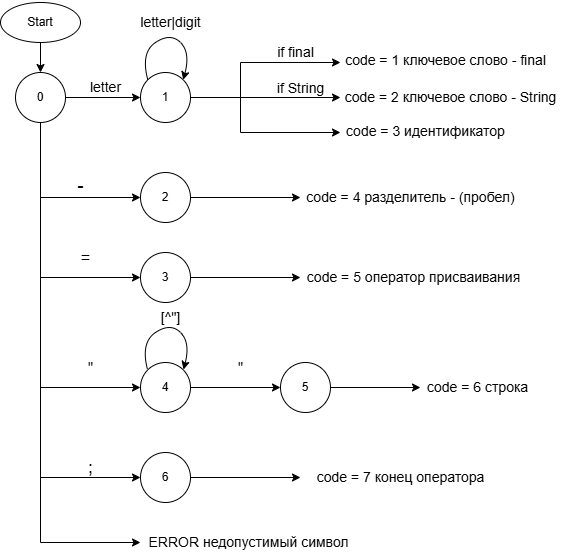
Earlier version of the draw.io export Диаграмма.drawio.png (Vikoops/NewCompiler). Source tidied: cells renumbered, new cells last; positions are measured from the earlier drawing's top-left corner, leaving out a move shared by most shapes.
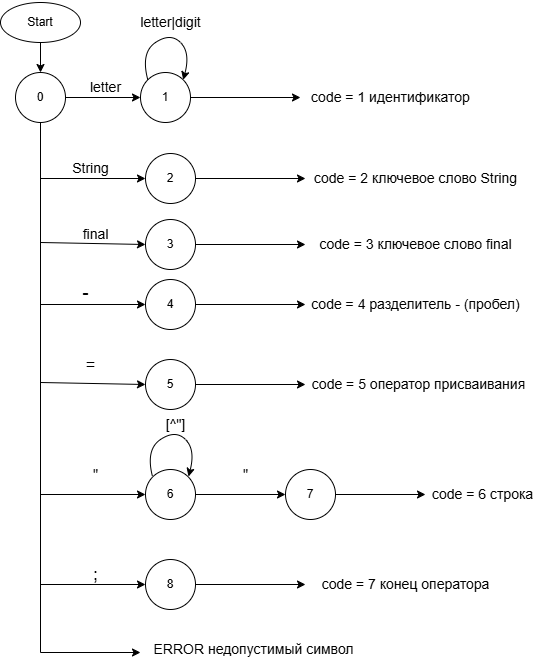
The same file after the commit.

Diff of the diagram source:
```diff
@@ -3,13 +3,13 @@
     <mxCell id="0" />
     <mxCell id="1" parent="0" />
     <mxCell id="2" style="ellipse;whiteSpace=wrap;html=1;" parent="1" vertex="1">
-      <mxGeometry y="2" width="80" height="40" as="geometry" />
+      <mxGeometry x="-5" y="-105" width="80" height="40" as="geometry" />
     </mxCell>
     <mxCell id="3" style="ellipse;whiteSpace=wrap;html=1;" parent="1" vertex="1">
-      <mxGeometry x="15" y="72" width="50" height="50" as="geometry" />
+      <mxGeometry x="10" y="-35" width="50" height="50" as="geometry" />
     </mxCell>
     <mxCell id="4" value="1" style="ellipse;whiteSpace=wrap;html=1;" parent="1" vertex="1">
-      <mxGeometry x="140" y="72" width="50" height="50" as="geometry" />
+      <mxGeometry x="135" y="-35" width="50" height="50" as="geometry" />
     </mxCell>
     <mxCell id="5" style="endArrow=classic;html=1;rounded=0;exitX=0.5;exitY=1;exitDx=0;exitDy=0;" parent="1" edge="1" source="2" target="3">
       <mxGeometry relative="1" as="geometry" />
@@ -20,21 +20,21 @@
     <mxCell id="7" style="endArrow=classic;html=1;rounded=0;exitX=0.5;exitY=1;exitDx=0;exitDy=0;entryX=0;entryY=0.5;entryDx=0;entryDy=0;" parent="1" edge="1" source="3" target="15">
       <mxGeometry relative="1" as="geometry">
         <Array as="points">
-          <mxPoint x="40" y="197" />
+          <mxPoint x="35" y="197" />
         </Array>
       </mxGeometry>
     </mxCell>
     <mxCell id="8" style="endArrow=classic;html=1;rounded=0;exitX=0.5;exitY=1;exitDx=0;exitDy=0;entryX=0;entryY=0.5;entryDx=0;entryDy=0;" parent="1" edge="1" source="3" target="16">
       <mxGeometry relative="1" as="geometry">
         <Array as="points">
-          <mxPoint x="40" y="277" />
+          <mxPoint x="35" y="275" />
         </Array>
       </mxGeometry>
     </mxCell>
     <mxCell id="9" style="endArrow=classic;html=1;rounded=0;entryX=0;entryY=0.5;entryDx=0;entryDy=0;exitX=0.5;exitY=1;exitDx=0;exitDy=0;" parent="1" edge="1" source="3" target="17">
       <mxGeometry relative="1" as="geometry">
         <Array as="points">
-          <mxPoint x="40" y="387" />
+          <mxPoint x="35" y="387" />
         </Array>
       </mxGeometry>
     </mxCell>
@@ -46,68 +46,50 @@
     <mxCell id="11" style="endArrow=classic;html=1;rounded=0;entryX=0;entryY=0.5;entryDx=0;entryDy=0;exitX=0.5;exitY=1;exitDx=0;exitDy=0;" parent="1" edge="1" source="3" target="19">
       <mxGeometry relative="1" as="geometry">
         <Array as="points">
-          <mxPoint x="40" y="477" />
+          <mxPoint x="35" y="477" />
         </Array>
       </mxGeometry>
     </mxCell>
     <mxCell id="12" style="endArrow=classic;html=1;rounded=0;exitX=0.5;exitY=1;exitDx=0;exitDy=0;" parent="1" edge="1" source="3">
       <mxGeometry relative="1" as="geometry">
-        <mxPoint x="140" y="542" as="targetPoint" />
+        <mxPoint x="135" y="545" as="targetPoint" />
         <Array as="points">
-          <mxPoint x="40" y="542" />
+          <mxPoint x="35" y="545" />
         </Array>
       </mxGeometry>
     </mxCell>
     <mxCell id="13" value="Start" style="text;html=1;align=center;verticalAlign=middle;whiteSpace=wrap;rounded=0;" parent="1" vertex="1">
-      <mxGeometry y="-0.5" width="80" height="45" as="geometry" />
+      <mxGeometry x="-5" y="-107.5" width="80" height="45" as="geometry" />
     </mxCell>
     <mxCell id="14" value="0" style="text;html=1;align=center;verticalAlign=middle;whiteSpace=wrap;rounded=0;" parent="1" vertex="1">
-      <mxGeometry x="10" y="82" width="60" height="30" as="geometry" />
+      <mxGeometry x="5" y="-25" width="60" height="30" as="geometry" />
     </mxCell>
-    <mxCell id="15" value="2" style="ellipse;whiteSpace=wrap;html=1;" parent="1" vertex="1">
+    <mxCell id="15" value="4" style="ellipse;whiteSpace=wrap;html=1;" parent="1" vertex="1">
       <mxGeometry x="140" y="172" width="50" height="50" as="geometry" />
     </mxCell>
-    <mxCell id="16" value="3" style="ellipse;whiteSpace=wrap;html=1;" parent="1" vertex="1">
+    <mxCell id="16" value="5" style="ellipse;whiteSpace=wrap;html=1;" parent="1" vertex="1">
       <mxGeometry x="140" y="252" width="50" height="50" as="geometry" />
     </mxCell>
-    <mxCell id="17" value="4" style="ellipse;whiteSpace=wrap;html=1;" parent="1" vertex="1">
+    <mxCell id="17" value="6" style="ellipse;whiteSpace=wrap;html=1;" parent="1" vertex="1">
       <mxGeometry x="140" y="362" width="50" height="50" as="geometry" />
     </mxCell>
-    <mxCell id="18" value="5" style="ellipse;whiteSpace=wrap;html=1;" parent="1" vertex="1">
+    <mxCell id="18" value="7" style="ellipse;whiteSpace=wrap;html=1;" parent="1" vertex="1">
       <mxGeometry x="280" y="362" width="50" height="50" as="geometry" />
     </mxCell>
-    <mxCell id="19" value="6" style="ellipse;whiteSpace=wrap;html=1;" parent="1" vertex="1">
+    <mxCell id="19" value="8" style="ellipse;whiteSpace=wrap;html=1;" parent="1" vertex="1">
       <mxGeometry x="140" y="452" width="50" height="50" as="geometry" />
     </mxCell>
     <mxCell id="20" style="endArrow=classic;html=1;rounded=0;exitX=1;exitY=0.5;exitDx=0;exitDy=0;" parent="1" edge="1" source="4">
       <mxGeometry relative="1" as="geometry">
-        <mxPoint x="340" y="97" as="targetPoint" />
+        <mxPoint x="295" y="-10" as="targetPoint" />
       </mxGeometry>
     </mxCell>
-    <mxCell id="21" style="endArrow=classic;html=1;rounded=0;exitX=1;exitY=0.5;exitDx=0;exitDy=0;" parent="1" edge="1" source="4">
-      <mxGeometry relative="1" as="geometry">
-        <mxPoint x="340" y="132" as="targetPoint" />
-        <Array as="points">
-          <mxPoint x="240" y="97" />
-          <mxPoint x="240" y="132" />
-        </Array>
-      </mxGeometry>
-    </mxCell>
-    <mxCell id="22" style="endArrow=classic;html=1;rounded=0;exitX=1;exitY=0.5;exitDx=0;exitDy=0;" parent="1" edge="1" source="4">
-      <mxGeometry relative="1" as="geometry">
-        <mxPoint x="340" y="62" as="targetPoint" />
-        <Array as="points">
-          <mxPoint x="240" y="97" />
-          <mxPoint x="240" y="62" />
-        </Array>
-      </mxGeometry>
-    </mxCell>
     <mxCell id="23" style="curved=1;endArrow=classic;html=1;rounded=0;exitX=0;exitY=0;exitDx=0;exitDy=0;entryX=1;entryY=0;entryDx=0;entryDy=0;" parent="1" edge="1" source="4" target="4">
       <mxGeometry relative="1" as="geometry">
         <Array as="points">
-          <mxPoint x="140" y="52" />
-          <mxPoint x="170" y="32" />
-          <mxPoint x="190" y="52" />
+          <mxPoint x="135" y="-55" />
+          <mxPoint x="165" y="-75" />
+          <mxPoint x="185" y="-55" />
         </Array>
       </mxGeometry>
     </mxCell>
@@ -122,26 +104,20 @@
         </Array>
       </mxGeometry>
     </mxCell>
-    <mxCell id="25" value="&lt;font style=&quot;font-size: 14px;&quot;&gt;if final&lt;/font&gt;" style="text;html=1;align=center;verticalAlign=middle;strokeColor=none;fillColor=none;" parent="1" vertex="1">
-      <mxGeometry x="265" y="37" width="60" height="30" as="geometry" />
+    <mxCell id="25" value="&lt;font style=&quot;font-size: 14px;&quot;&gt;final&lt;/font&gt;" style="text;html=1;align=center;verticalAlign=middle;strokeColor=none;fillColor=none;" parent="1" vertex="1">
+      <mxGeometry x="65" y="112" width="50" height="30" as="geometry" />
     </mxCell>
-    <mxCell id="26" value="&lt;font style=&quot;font-size: 14px;&quot;&gt;if String&lt;/font&gt;" style="text;html=1;align=center;verticalAlign=middle;strokeColor=none;fillColor=none;" parent="1" vertex="1">
-      <mxGeometry x="265" y="73" width="70" height="30" as="geometry" />
+    <mxCell id="26" value="&lt;div&gt;&lt;span style=&quot;font-size: 14px; background-color: transparent; color: light-dark(rgb(0, 0, 0), rgb(255, 255, 255));&quot;&gt;String&lt;/span&gt;&lt;/div&gt;" style="text;html=1;align=center;verticalAlign=middle;strokeColor=none;fillColor=none;" parent="1" vertex="1">
+      <mxGeometry x="55" y="46" width="60" height="30" as="geometry" />
     </mxCell>
     <mxCell id="27" value="&lt;font style=&quot;font-size: 14px;&quot;&gt;letter&lt;/font&gt;" style="text;html=1;align=center;verticalAlign=middle;strokeColor=none;fillColor=none;" parent="1" vertex="1">
-      <mxGeometry x="80" y="72" width="50" height="30" as="geometry" />
+      <mxGeometry x="75" y="-35" width="50" height="30" as="geometry" />
     </mxCell>
     <mxCell id="28" value="&lt;span style=&quot;font-size: 14px;&quot;&gt;letter|digit&lt;/span&gt;" style="text;html=1;align=center;verticalAlign=middle;strokeColor=none;fillColor=none;" parent="1" vertex="1">
-      <mxGeometry x="130" y="7" width="80" height="30" as="geometry" />
+      <mxGeometry x="125" y="-100" width="80" height="30" as="geometry" />
     </mxCell>
-    <mxCell id="29" value="&lt;font style=&quot;font-size: 14px;&quot;&gt;code = 1 ключевое слово - final&lt;/font&gt;" style="text;html=1;align=center;verticalAlign=middle;strokeColor=none;fillColor=none;" parent="1" vertex="1">
-      <mxGeometry x="335" y="44.5" width="220" height="30" as="geometry" />
-    </mxCell>
-    <mxCell id="30" value="&lt;font style=&quot;font-size: 14px;&quot;&gt;code = 2 ключевое слово - String&lt;/font&gt;" style="text;html=1;align=center;verticalAlign=middle;strokeColor=none;fillColor=none;" parent="1" vertex="1">
-      <mxGeometry x="330" y="82" width="240" height="30" as="geometry" />
-    </mxCell>
-    <mxCell id="31" value="&lt;font style=&quot;font-size: 14px;&quot;&gt;code = 3 идентификатор&lt;/font&gt;" style="text;html=1;align=center;verticalAlign=middle;strokeColor=none;fillColor=none;" parent="1" vertex="1">
-      <mxGeometry x="335" y="116" width="180" height="30" as="geometry" />
+    <mxCell id="31" value="&lt;font style=&quot;font-size: 14px;&quot;&gt;code = 1 идентификатор&lt;/font&gt;" style="text;html=1;align=center;verticalAlign=middle;strokeColor=none;fillColor=none;" parent="1" vertex="1">
+      <mxGeometry x="295" y="-25" width="180" height="30" as="geometry" />
     </mxCell>
     <mxCell id="32" style="endArrow=classic;html=1;rounded=0;exitX=1;exitY=0.5;exitDx=0;exitDy=0;" parent="1" edge="1" source="15">
       <mxGeometry relative="1" as="geometry">
@@ -196,5 +172,43 @@
     <mxCell id="46" value="&lt;font size=&quot;3&quot;&gt;=&lt;/font&gt;" style="text;html=1;align=center;verticalAlign=middle;strokeColor=none;fillColor=none;" parent="1" vertex="1">
       <mxGeometry x="70" y="242" width="30" height="30" as="geometry" />
     </mxCell>
+    <mxCell id="47" value="2" style="ellipse;whiteSpace=wrap;html=1;" parent="1" vertex="1">
+      <mxGeometry x="140" y="46" width="50" height="50" as="geometry" />
+    </mxCell>
+    <mxCell id="48" style="endArrow=classic;html=1;rounded=0;exitX=1;exitY=0.5;exitDx=0;exitDy=0;" parent="1" edge="1" source="47">
+      <mxGeometry relative="1" as="geometry">
+        <mxPoint x="300" y="71" as="targetPoint" />
+      </mxGeometry>
+    </mxCell>
+    <mxCell id="49" value="&lt;span style=&quot;font-size: 14px;&quot;&gt;code = 2 ключевое слово String&lt;/span&gt;" style="text;html=1;align=center;verticalAlign=middle;strokeColor=none;fillColor=none;" parent="1" vertex="1">
+      <mxGeometry x="295" y="56" width="230" height="30" as="geometry" />
+    </mxCell>
+    <mxCell id="50" value="3" style="ellipse;whiteSpace=wrap;html=1;" parent="1" vertex="1">
+      <mxGeometry x="140" y="112" width="50" height="50" as="geometry" />
+    </mxCell>
+    <mxCell id="51" style="endArrow=classic;html=1;rounded=0;exitX=1;exitY=0.5;exitDx=0;exitDy=0;" parent="1" edge="1" source="50">
+      <mxGeometry relative="1" as="geometry">
+        <mxPoint x="300" y="137" as="targetPoint" />
+      </mxGeometry>
+    </mxCell>
+    <mxCell id="52" value="&lt;span style=&quot;font-size: 14px;&quot;&gt;code = 3 ключевое слово final&lt;/span&gt;" style="text;html=1;align=center;verticalAlign=middle;strokeColor=none;fillColor=none;" parent="1" vertex="1">
+      <mxGeometry x="300" y="122" width="220" height="30" as="geometry" />
+    </mxCell>
+    <mxCell id="53" style="endArrow=classic;html=1;rounded=0;exitX=0.5;exitY=1;exitDx=0;exitDy=0;entryX=0;entryY=0.5;entryDx=0;entryDy=0;" parent="1" edge="1" target="47">
+      <mxGeometry relative="1" as="geometry">
+        <mxPoint x="35" y="15" as="sourcePoint" />
+        <Array as="points">
+          <mxPoint x="35" y="71" />
+        </Array>
+      </mxGeometry>
+    </mxCell>
+    <mxCell id="54" style="endArrow=classic;html=1;rounded=0;exitX=0.5;exitY=1;exitDx=0;exitDy=0;entryX=0;entryY=0.5;entryDx=0;entryDy=0;" parent="1" edge="1" target="50">
+      <mxGeometry relative="1" as="geometry">
+        <mxPoint x="35" y="15" as="sourcePoint" />
+        <Array as="points">
+          <mxPoint x="35" y="135" />
+        </Array>
+      </mxGeometry>
+    </mxCell>
   </root>
 </mxGraphModel>
```
